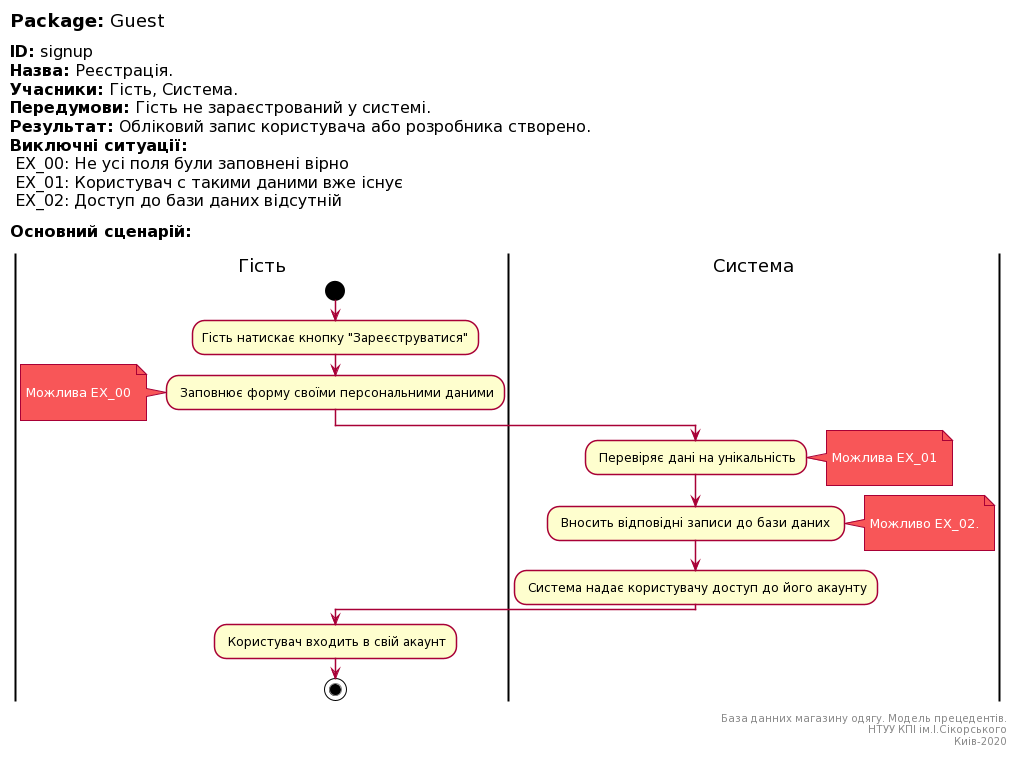
The PlantUML diagram Doc/UMLdiagrams/scenarios/guest/Diagrams/UC-1-Registration.png in kirilinsane/Team2, before a commit. Its diagram source:
```plantuml
@startuml
skinparam	shadowing false
skinparam Note {
	BackgroundColor #f85658
	FontColor #ffffff
}

left header
<font color=000 size=18><b>Package:</b> Guest

<font color=000 size=16><b>ID:</b> signup
<font color=000 size=16><b>Назва:</b> Реєстрація.
<font color=000 size=16><b>Учасники:</b> Гість, Система.
<font color=000 size=16><b>Передумови:</b> Гість не зараєстрований у системі.
<font color=000 size=16><b>Результат:</b> Обліковий запис користувача або розробника створено.
<font color=000 size=16><b>Виключні ситуації:</b>
<font color=000 size=16> EX_00: Не усі поля були заповнені вірно
<font color=000 size=16> EX_01: Користувач с такими даними вже існує
<font color=000 size=16> EX_02: Доступ до бази даних відсутній

<font color=000 size=16><b>Основний сценарій:</b>

end header

|Гість|
start
:Гість натискає кнопку "Зареєструватися";

: Заповнює форму своїми персональними даними;
note left

	Можлива EX_00

end note

|Система|

: Перевіряє дані на унікальність;

note right

	Можлива EX_01

end note

: Вносить відповідні записи до бази даних ;
note right

Можливо EX_02.

end note

: Система надає користувачу доступ до його акаунту;

|Гість|
: Користувач входить в свій акаунт;

stop;

right footer

База данних магазину одягу. Модель прецедентів.
НТУУ КПІ ім.І.Сікорського
Киів-2020
end footer
@enduml
```
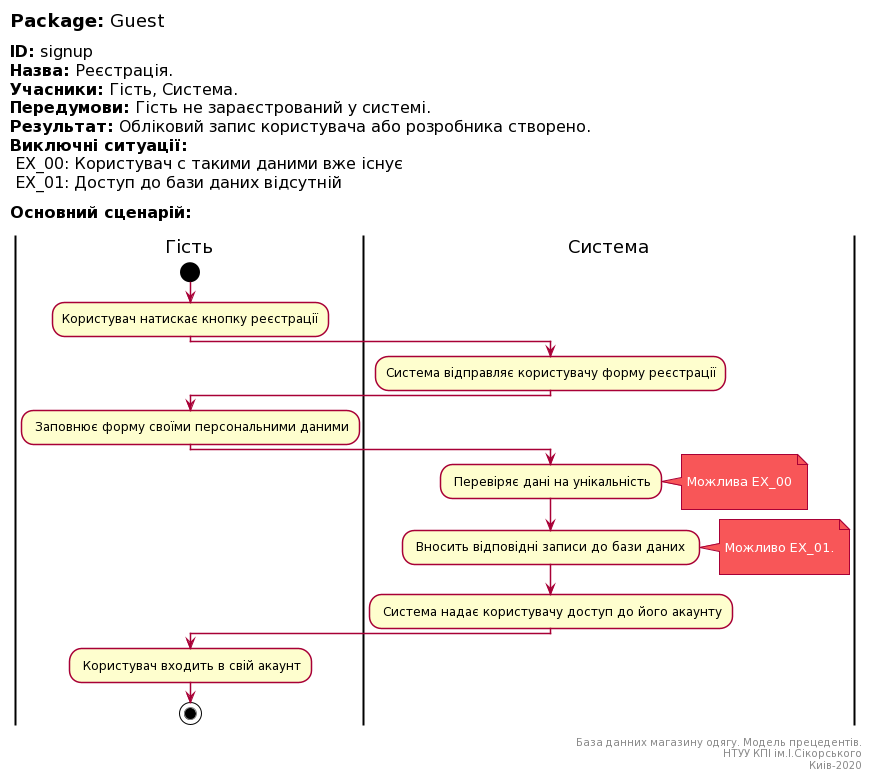
Above is the later version.

Change to the diagram source:
```diff
@@ -14,9 +14,8 @@
 <font color=000 size=16><b>Передумови:</b> Гість не зараєстрований у системі.
 <font color=000 size=16><b>Результат:</b> Обліковий запис користувача або розробника створено.
 <font color=000 size=16><b>Виключні ситуації:</b>
-<font color=000 size=16> EX_00: Не усі поля були заповнені вірно
-<font color=000 size=16> EX_01: Користувач с такими даними вже існує
-<font color=000 size=16> EX_02: Доступ до бази даних відсутній
+<font color=000 size=16> EX_00: Користувач с такими даними вже існує
+<font color=000 size=16> EX_01: Доступ до бази даних відсутній
 
 <font color=000 size=16><b>Основний сценарій:</b>
 
@@ -24,14 +23,15 @@
 
 |Гість|
 start
-:Гість натискає кнопку "Зареєструватися";
+:Користувач натискає кнопку реєстрації;
 
+|Система|
+:Система відправляє користувачу форму реєстрації;
+
+
+|Гість|
 : Заповнює форму своїми персональними даними;
-note left
 
-	Можлива EX_00
-
-end note
 
 |Система|
 
@@ -39,14 +39,14 @@
 
 note right
 
-	Можлива EX_01
+	Можлива EX_00
 
 end note
 
 : Вносить відповідні записи до бази даних ;
 note right
 
-Можливо EX_02.
+Можливо EX_01.
 
 end note
 
```
